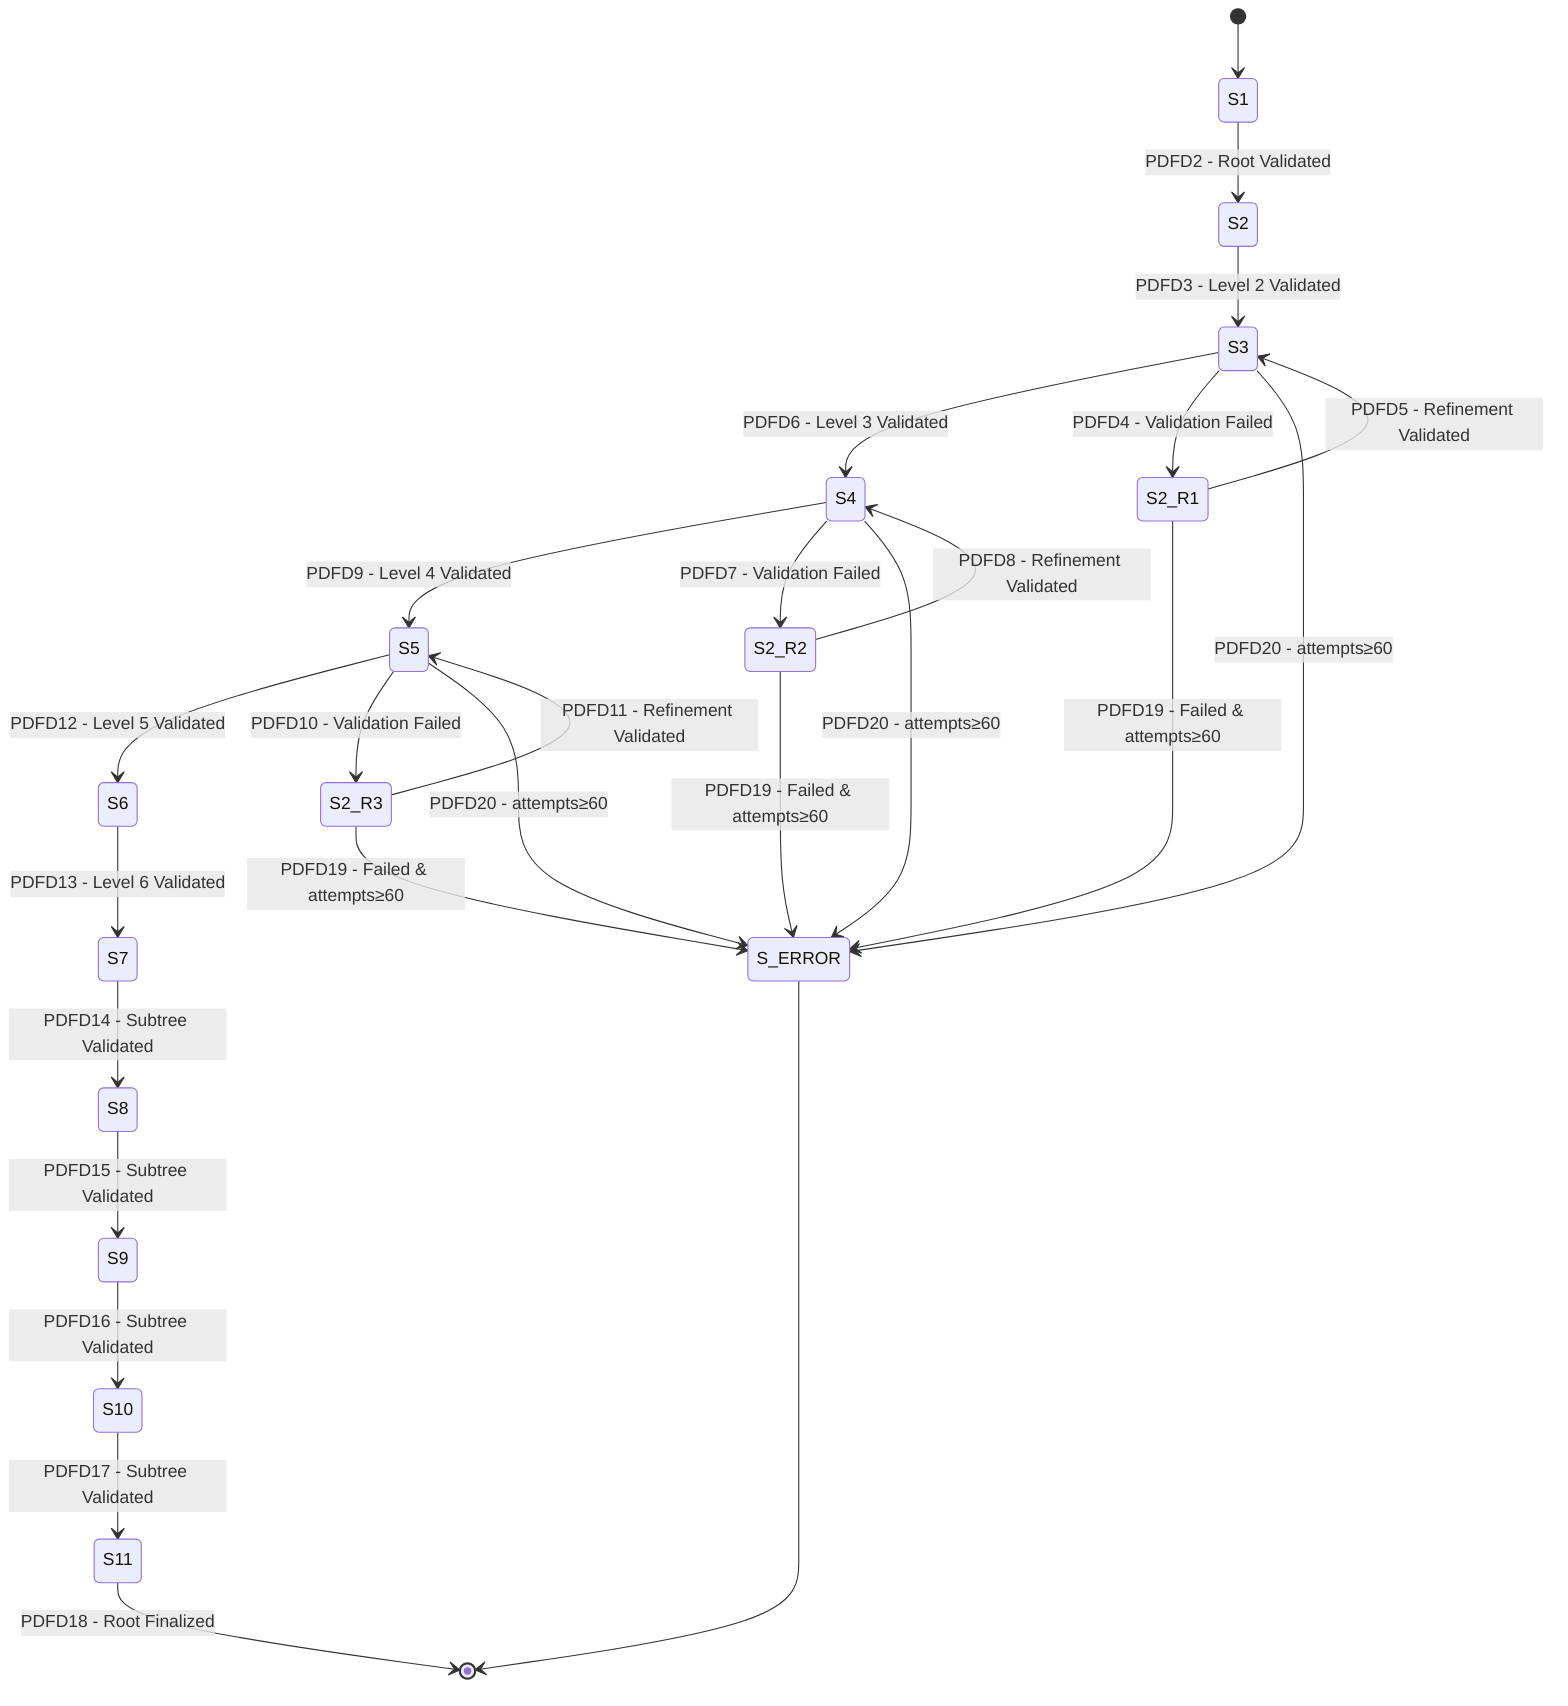
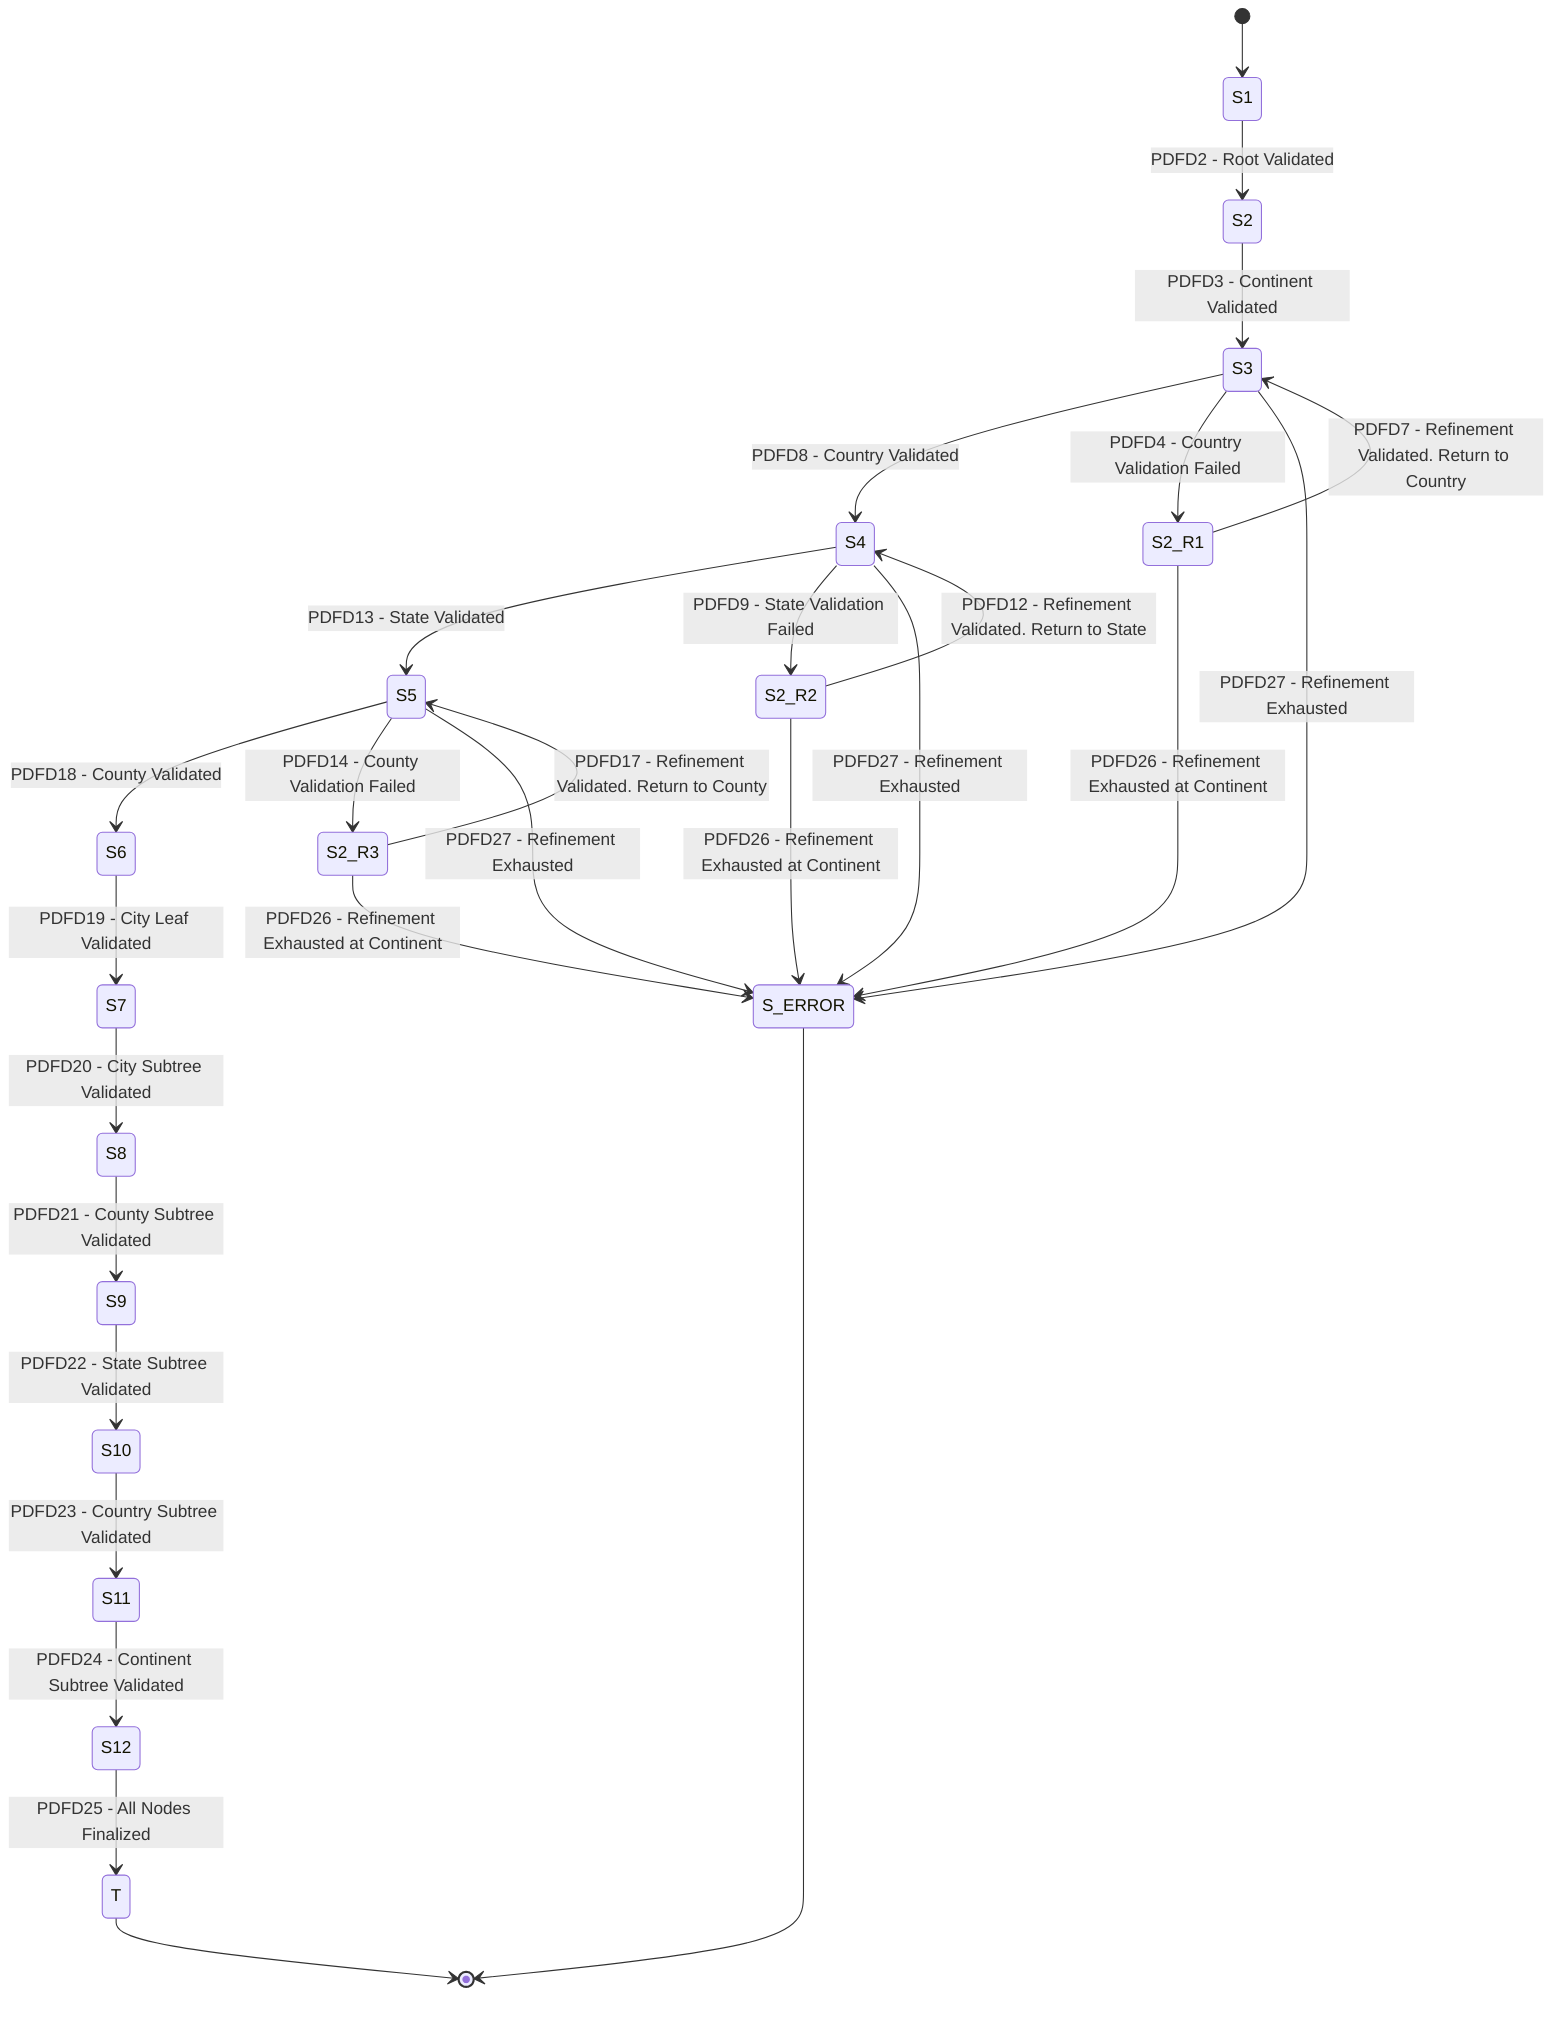
stateDiagram-v2
    direction TB
+     [*] --> S1
+     state S1: Process & Validate Level 1 (Root)
+     S1 --> S2: PDFD2 - Root Validated

-     [*] --> S1
-     state S1: Process & Validate Level 1
-     S1 --> S2: PDFD2 - Root Validated
-     state S2: Process & Validate Level 2
-     S2 --> S3: PDFD3 - Level 2 Validated
+     state S2: Process & Validate Level 2 (Continent)
+     S2 --> S3: PDFD3 - Continent Validated

-     state S3: Process & Validate Level 3
-     S3 --> S4: PDFD6 - Level 3 Validated
-     S3 --> S2_R1: PDFD4 - Validation Failed
-     S3 --> S_ERROR: PDFD20 - attempts≥60
+     state S3: Process & Validate Level 3 (Country)
+     S3 --> S4: PDFD8 - Country Validated
+     S3 --> S2_R1: PDFD4 - Country Validation Failed
+     S3 --> S_ERROR: PDFD27 - Refinement Exhausted

-     state S2_R1: Refine Levels 2-3
-     S2_R1 --> S3: PDFD5 - Refinement Validated
-     S2_R1 --> S_ERROR: PDFD19 - Failed & attempts≥60
+     state S2_R1: Refine Levels 2-3 (Continent anchor. Country failure)
+     S2_R1 --> S3: PDFD7 - Refinement Validated. Return to Country
+     S2_R1 --> S_ERROR: PDFD26 - Refinement Exhausted at Continent

-     state S4: Process & Validate Level 4
-     S4 --> S5: PDFD9 - Level 4 Validated
-     S4 --> S2_R2: PDFD7 - Validation Failed
-     S4 --> S_ERROR: PDFD20 - attempts≥60
+     state S4: Process & Validate Level 4 (State)
+     S4 --> S5: PDFD13 - State Validated
+     S4 --> S2_R2: PDFD9 - State Validation Failed
+     S4 --> S_ERROR: PDFD27 - Refinement Exhausted

-     state S2_R2: Refine Levels 2-4
-     S2_R2 --> S4: PDFD8 - Refinement Validated
-     S2_R2 --> S_ERROR: PDFD19 - Failed & attempts≥60
+     state S2_R2: Refine Levels 2-4 (Continent anchor. State failure)
+     S2_R2 --> S4: PDFD12 - Refinement Validated. Return to State
+     S2_R2 --> S_ERROR: PDFD26 - Refinement Exhausted at Continent

-     state S5: Process & Validate Level 5
-     S5 --> S6: PDFD12 - Level 5 Validated
-     S5 --> S2_R3: PDFD10 - Validation Failed
-     S5 --> S_ERROR: PDFD20 - attempts≥60
+     state S5: Process & Validate Level 5 (County)
+     S5 --> S6: PDFD18 - County Validated
+     S5 --> S2_R3: PDFD14 - County Validation Failed
+     S5 --> S_ERROR: PDFD27 - Refinement Exhausted

-     state S2_R3: Refine Levels 2-5
-     S2_R3 --> S5: PDFD11 - Refinement Validated
-     S2_R3 --> S_ERROR: PDFD19 - Failed & attempts≥60
+     state S2_R3: Refine Levels 2-5 (Continent anchor. County failure)
+     S2_R3 --> S5: PDFD17 - Refinement Validated. Return to County
+     S2_R3 --> S_ERROR: PDFD26 - Refinement Exhausted at Continent

-     state S6: Process & Validate Level 6
-     S6 --> S7: PDFD13 - Level 6 Validated
+     state S6: Process & Validate Level 6 (City)
+     S6 --> S7: PDFD19 - City Leaf Validated

-     state S7: Finalize Level 5
-     S7 --> S8: PDFD14 - Subtree Validated
-     state S8: Finalize Level 4
-     S8 --> S9: PDFD15 - Subtree Validated
-     state S9: Finalize Level 3
-     S9 --> S10: PDFD16 - Subtree Validated
-     state S10: Finalize Level 2
-     S10 --> S11: PDFD17 - Subtree Validated
-     state S11: Finalize Root
-     S11 --> [*]: PDFD18 - Root Finalized
+     state S7: Bottom-Up Completion Level 6 (City)
+     S7 --> S8: PDFD20 - City Subtree Validated

-     state S_ERROR: Terminate on Failure
+     state S8: Bottom-Up Completion Level 5 (County)
+     S8 --> S9: PDFD21 - County Subtree Validated
+ 
+     state S9: Bottom-Up Completion Level 4 (State)
+     S9 --> S10: PDFD22 - State Subtree Validated
+ 
+     state S10: Bottom-Up Completion Level 3 (Country)
+     S10 --> S11: PDFD23 - Country Subtree Validated
+ 
+     state S11: Bottom-Up Completion Level 2 (Continent)
+     S11 --> S12: PDFD24 - Continent Subtree Validated
+ 
+     state S12: Top-Down Completion (Root)
+     S12 --> T: PDFD25 - All Nodes Finalized
+ 
+     state T: Success - All nodes P(n)=2
+     T --> [*]
+ 
+     state S_ERROR: Terminate on Failure (S5)
    S_ERROR --> [*]
